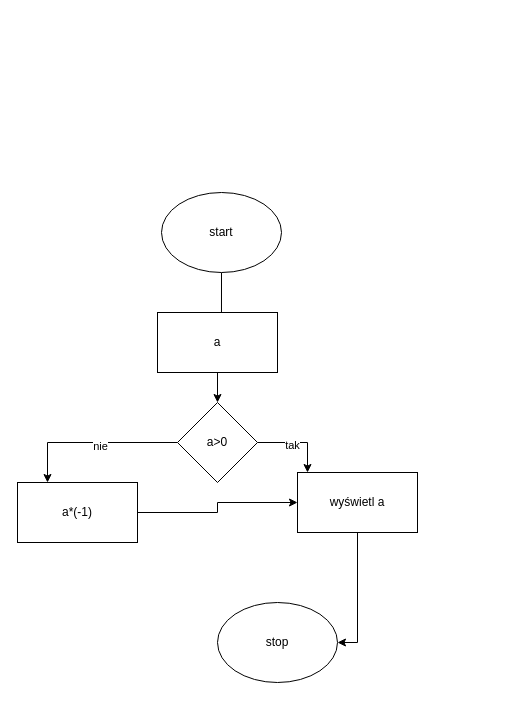
This is Diagram bez tytułu.drawio from maciasok/algorytmy, a draw.io file, before an edit. Source tidied: cells renumbered, new cells numbered last; positions are measured from the earlier drawing's top-left corner, leaving out a move shared by most shapes. Both pictures are drawn from the tidied source at 100%, with x=0, y=0 at pixel (17, 192).
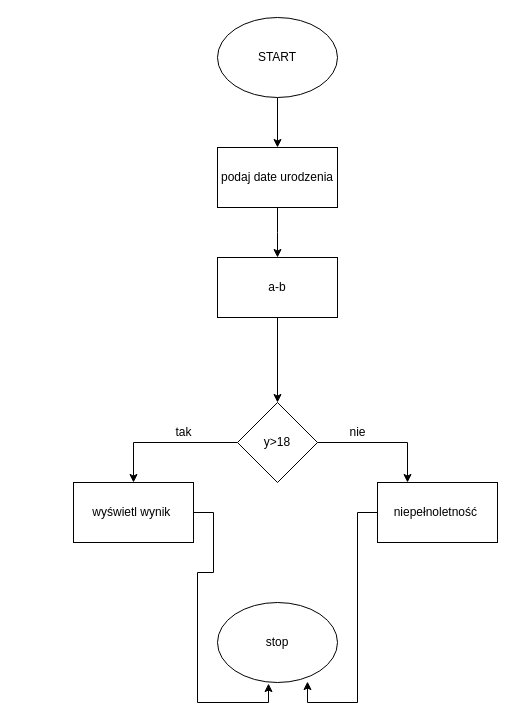
After the change.

Commit message:
data urodzenia

Diff of the diagram source:
```diff
@@
 <mxGraphModel>
   <root>
     <mxCell id="0" />
     <mxCell id="1" parent="0" />
-    <mxCell id="2" style="edgeStyle=orthogonalEdgeStyle;rounded=0;jettySize=auto;html=1;entryX=0.533;entryY=0.167;entryDx=0;entryDy=0;entryPerimeter=0;" parent="1" edge="1" source="3" target="5">
-      <mxGeometry relative="1" as="geometry" />
-    </mxCell>
-    <mxCell id="3" value="start" style="ellipse;whiteSpace=wrap;html=1;" parent="1" vertex="1">
-      <mxGeometry x="144" width="120" height="80" as="geometry" />
-    </mxCell>
-    <mxCell id="4" style="edgeStyle=orthogonalEdgeStyle;rounded=0;jettySize=auto;html=1;" parent="1" edge="1" source="5" target="10">
-      <mxGeometry relative="1" as="geometry" />
-    </mxCell>
-    <mxCell id="5" value="a" style="rounded=0;whiteSpace=wrap;html=1;" parent="1" vertex="1">
-      <mxGeometry x="140" y="120" width="120" height="60" as="geometry" />
-    </mxCell>
-    <mxCell id="6" style="edgeStyle=orthogonalEdgeStyle;rounded=0;jettySize=auto;html=1;" parent="1" edge="1" source="10" target="14">
-      <mxGeometry relative="1" as="geometry">
-        <Array as="points">
-          <mxPoint x="290" y="250" />
-        </Array>
-      </mxGeometry>
-    </mxCell>
+    <mxCell id="16" style="edgeStyle=orthogonalEdgeStyle;rounded=0;jettySize=auto;html=1;entryX=0.5;entryY=0;entryDx=0;entryDy=0;" parent="1" edge="1" source="17" target="19">
+      <mxGeometry relative="1" as="geometry" />
+    </mxCell>
+    <mxCell id="17" value="START" style="ellipse;whiteSpace=wrap;html=1;" parent="1" vertex="1">
+      <mxGeometry x="200" y="-175" width="120" height="80" as="geometry" />
+    </mxCell>
+    <mxCell id="18" style="edgeStyle=orthogonalEdgeStyle;rounded=0;jettySize=auto;html=1;exitX=0.5;exitY=1;exitDx=0;exitDy=0;entryX=0.5;entryY=0;entryDx=0;entryDy=0;" parent="1" edge="1" source="19">
+      <mxGeometry relative="1" as="geometry">
+        <mxPoint x="260" y="65" as="targetPoint" />
+      </mxGeometry>
+    </mxCell>
+    <mxCell id="19" value="podaj date urodzenia" style="rounded=0;whiteSpace=wrap;html=1;" parent="1" vertex="1">
+      <mxGeometry x="200" y="-45" width="120" height="60" as="geometry" />
+    </mxCell>
+    <mxCell id="20" style="edgeStyle=orthogonalEdgeStyle;rounded=0;jettySize=auto;html=1;" parent="1" edge="1" source="22" target="24">
+      <mxGeometry relative="1" as="geometry">
+        <Array as="points">
+          <mxPoint x="116" y="250" />
+        </Array>
+      </mxGeometry>
+    </mxCell>
+    <mxCell id="21" style="edgeStyle=orthogonalEdgeStyle;rounded=0;jettySize=auto;html=1;entryX=0.25;entryY=0;entryDx=0;entryDy=0;" parent="1" edge="1" source="22" target="26">
+      <mxGeometry relative="1" as="geometry" />
+    </mxCell>
+    <mxCell id="22" value="y&amp;gt;18" style="rhombus;whiteSpace=wrap;html=1;" parent="1" vertex="1">
+      <mxGeometry x="220" y="210" width="80" height="80" as="geometry" />
+    </mxCell>
-    <mxCell id="7" value="tak" style="edgeLabel;html=1;align=center;verticalAlign=middle;" parent="6" vertex="1">
-      <mxGeometry x="-0.15" y="-2" relative="1" as="geometry" />
+    <mxCell id="7" value="tak" style="text;html=1;align=center;verticalAlign=middle;strokeColor=none;fillColor=none;" parent="1" vertex="1">
+      <mxGeometry x="146" y="225" width="40" height="30" as="geometry" />
     </mxCell>
-    <mxCell id="8" style="edgeStyle=orthogonalEdgeStyle;rounded=0;jettySize=auto;html=1;exitX=0;exitY=0.5;exitDx=0;exitDy=0;entryX=0.25;entryY=0;entryDx=0;entryDy=0;" parent="1" edge="1" source="10" target="12">
-      <mxGeometry relative="1" as="geometry" />
-    </mxCell>
-    <mxCell id="9" value="nie" style="edgeLabel;html=1;align=center;verticalAlign=middle;" parent="8" vertex="1">
-      <mxGeometry x="-0.08" y="3" relative="1" as="geometry" />
+    <mxCell id="9" value="nie" style="text;html=1;align=center;verticalAlign=middle;strokeColor=none;fillColor=none;" parent="1" vertex="1">
+      <mxGeometry x="320" y="225" width="40" height="30" as="geometry" />
     </mxCell>
-    <mxCell id="10" value="a&amp;gt;0" style="rhombus;whiteSpace=wrap;html=1;" parent="1" vertex="1">
-      <mxGeometry x="160" y="210" width="80" height="80" as="geometry" />
-    </mxCell>
-    <mxCell id="11" style="edgeStyle=orthogonalEdgeStyle;rounded=0;jettySize=auto;html=1;" parent="1" edge="1" source="12" target="14">
-      <mxGeometry relative="1" as="geometry" />
-    </mxCell>
-    <mxCell id="12" value="a*(-1)" style="rounded=0;whiteSpace=wrap;html=1;" parent="1" vertex="1">
-      <mxGeometry y="290" width="120" height="60" as="geometry" />
-    </mxCell>
-    <mxCell id="13" style="edgeStyle=orthogonalEdgeStyle;rounded=0;jettySize=auto;html=1;entryX=1;entryY=0.5;entryDx=0;entryDy=0;" parent="1" edge="1" source="14" target="15">
-      <mxGeometry relative="1" as="geometry" />
-    </mxCell>
-    <mxCell id="14" value="wyświetl a" style="rounded=0;whiteSpace=wrap;html=1;" parent="1" vertex="1">
-      <mxGeometry x="280" y="280" width="120" height="60" as="geometry" />
-    </mxCell>
+    <mxCell id="23" style="edgeStyle=orthogonalEdgeStyle;rounded=0;jettySize=auto;html=1;entryX=0.425;entryY=1.013;entryDx=0;entryDy=0;entryPerimeter=0;" parent="1" edge="1" source="24" target="15">
+      <mxGeometry relative="1" as="geometry" />
+    </mxCell>
+    <mxCell id="24" value="wyświetl wynik&amp;nbsp;" style="rounded=0;whiteSpace=wrap;html=1;" parent="1" vertex="1">
+      <mxGeometry x="56" y="290" width="120" height="60" as="geometry" />
+    </mxCell>
+    <mxCell id="25" style="edgeStyle=orthogonalEdgeStyle;rounded=0;jettySize=auto;html=1;entryX=0.75;entryY=0.988;entryDx=0;entryDy=0;entryPerimeter=0;" parent="1" edge="1" source="26" target="15">
+      <mxGeometry relative="1" as="geometry" />
+    </mxCell>
+    <mxCell id="26" value="niepełnoletność&amp;nbsp;" style="rounded=0;whiteSpace=wrap;html=1;" parent="1" vertex="1">
+      <mxGeometry x="360" y="290" width="120" height="60" as="geometry" />
+    </mxCell>
     <mxCell id="15" value="stop" style="ellipse;whiteSpace=wrap;html=1;" parent="1" vertex="1">
       <mxGeometry x="200" y="410" width="120" height="80" as="geometry" />
     </mxCell>
+    <mxCell id="27" style="edgeStyle=orthogonalEdgeStyle;rounded=0;jettySize=auto;html=1;" parent="1" edge="1" source="28" target="22">
+      <mxGeometry relative="1" as="geometry" />
+    </mxCell>
+    <mxCell id="28" value="a-b" style="rounded=0;whiteSpace=wrap;html=1;" parent="1" vertex="1">
+      <mxGeometry x="200" y="65" width="120" height="60" as="geometry" />
+    </mxCell>
   </root>
 </mxGraphModel>
```
